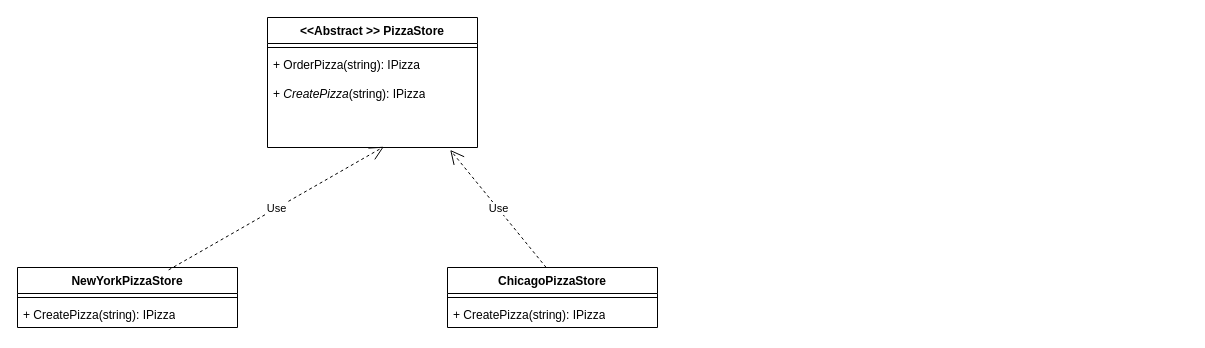
This is Factory Pattern/AbstractFactory.drawio from skjinagal/DesignPatterns, a draw.io file, before an edit. Source tidied: cells renumbered, new cells numbered last; positions are measured from the earlier drawing's top-left corner, leaving out a move shared by most shapes. Both pictures are drawn from the tidied source at 100%, with x=0, y=0 at pixel (17, 17).
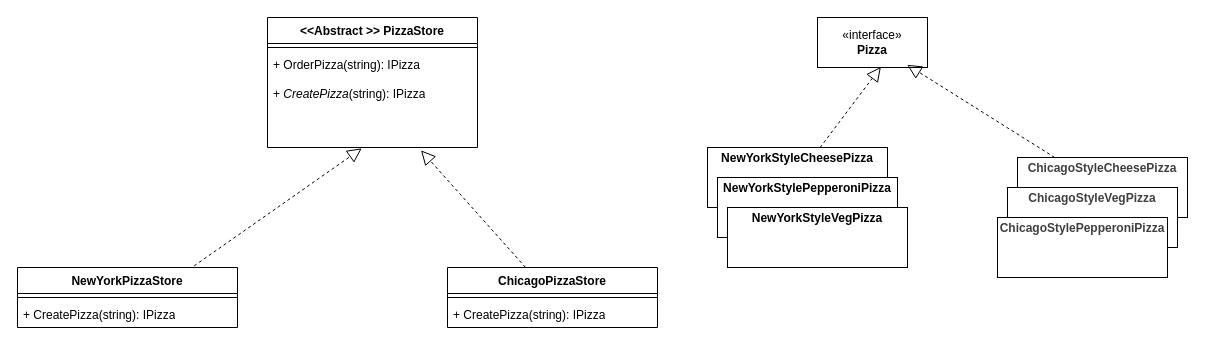
The same diagram, later.

Commit message:
updated abstract factory class diagram

Unchanged cells that the change refers to:
```xml
<mxCell id="4" value="+ OrderPizza(string): IPizza&lt;div&gt;&lt;br&gt;&lt;/div&gt;&lt;div&gt;+ &lt;i&gt;CreatePizza&lt;/i&gt;(string): IPizza&lt;/div&gt;" style="text;strokeColor=none;fillColor=none;align=left;verticalAlign=top;spacingLeft=4;spacingRight=4;overflow=hidden;points=[[0,0.5],[1,0.5]];portConstraint=eastwest;whiteSpace=wrap;html=1;" parent="2" vertex="1">
  <mxGeometry y="34" width="210" height="96" as="geometry" />
</mxCell>
<mxCell id="5" value="NewYorkPizzaStore" style="swimlane;fontStyle=1;align=center;verticalAlign=top;horizontal=1;startSize=26;whiteSpace=wrap;html=1;" parent="1" vertex="1">
  <mxGeometry y="250" width="220" height="60" as="geometry" />
</mxCell>
<mxCell id="8" value="ChicagoPizzaStore" style="swimlane;fontStyle=1;align=center;verticalAlign=top;horizontal=1;startSize=26;whiteSpace=wrap;html=1;" parent="1" vertex="1">
  <mxGeometry x="430" y="250" width="210" height="60" as="geometry" />
</mxCell>
```

What changed in the source:
```diff
@@
+    <mxCell id="13" value="«interface»&lt;br&gt;&lt;b&gt;Pizza&lt;/b&gt;" style="html=1;whiteSpace=wrap;" parent="1" vertex="1">
+      <mxGeometry x="800" width="110" height="50" as="geometry" />
+    </mxCell>
+    <mxCell id="14" value="&lt;p style=&quot;margin:0px;margin-top:4px;text-align:center;&quot;&gt;&lt;b&gt;NewYorkStyleCheesePizza&lt;/b&gt;&lt;/p&gt;" style="verticalAlign=top;align=left;overflow=fill;html=1;whiteSpace=wrap;" parent="1" vertex="1">
+      <mxGeometry x="690" y="130" width="180" height="60" as="geometry" />
+    </mxCell>
+    <mxCell id="15" value="&lt;p style=&quot;margin:0px;margin-top:4px;text-align:center;&quot;&gt;&lt;b style=&quot;color: rgb(63, 63, 63); scrollbar-color: rgb(226, 226, 226) rgb(251, 251, 251);&quot;&gt;ChicagoStyleCheesePizza&lt;/b&gt;&lt;/p&gt;" style="verticalAlign=top;align=left;overflow=fill;html=1;whiteSpace=wrap;" parent="1" vertex="1">
+      <mxGeometry x="1000" y="140" width="170" height="60" as="geometry" />
+    </mxCell>
+    <mxCell id="16" value="&lt;p style=&quot;margin:0px;margin-top:4px;text-align:center;&quot;&gt;&lt;b&gt;NewYorkStylePepperoniPizza&lt;/b&gt;&lt;/p&gt;" style="verticalAlign=top;align=left;overflow=fill;html=1;whiteSpace=wrap;" parent="1" vertex="1">
+      <mxGeometry x="700" y="160" width="180" height="60" as="geometry" />
+    </mxCell>
+    <mxCell id="17" value="&lt;p style=&quot;margin:0px;margin-top:4px;text-align:center;&quot;&gt;&lt;b&gt;NewYorkStyleVegPizza&lt;/b&gt;&lt;/p&gt;" style="verticalAlign=top;align=left;overflow=fill;html=1;whiteSpace=wrap;" parent="1" vertex="1">
+      <mxGeometry x="710" y="190" width="180" height="60" as="geometry" />
+    </mxCell>
+    <mxCell id="18" value="&lt;p style=&quot;margin:0px;margin-top:4px;text-align:center;&quot;&gt;&lt;b style=&quot;color: rgb(63, 63, 63); scrollbar-color: rgb(226, 226, 226) rgb(251, 251, 251);&quot;&gt;ChicagoStyleVegPizza&lt;/b&gt;&lt;/p&gt;" style="verticalAlign=top;align=left;overflow=fill;html=1;whiteSpace=wrap;" parent="1" vertex="1">
+      <mxGeometry x="990" y="170" width="170" height="60" as="geometry" />
+    </mxCell>
+    <mxCell id="19" value="&lt;p style=&quot;margin:0px;margin-top:4px;text-align:center;&quot;&gt;&lt;b style=&quot;color: rgb(63, 63, 63); scrollbar-color: rgb(226, 226, 226) rgb(251, 251, 251);&quot;&gt;ChicagoStylePepperoniPizza&lt;/b&gt;&lt;/p&gt;" style="verticalAlign=top;align=left;overflow=fill;html=1;whiteSpace=wrap;" parent="1" vertex="1">
+      <mxGeometry x="980" y="200" width="170" height="60" as="geometry" />
+    </mxCell>
+    <mxCell id="20" style="endArrow=block;dashed=1;endFill=0;endSize=12;html=1;entryX=0.576;entryY=0.989;entryDx=0;entryDy=0;entryPerimeter=0;" parent="1" edge="1" source="14" target="13">
+      <mxGeometry relative="1" as="geometry" />
+    </mxCell>
+    <mxCell id="21" style="endArrow=block;dashed=1;endFill=0;endSize=12;html=1;entryX=0.816;entryY=0.947;entryDx=0;entryDy=0;entryPerimeter=0;" parent="1" edge="1" source="15" target="13">
+      <mxGeometry relative="1" as="geometry" />
+    </mxCell>
-    <mxCell id="11" value="Use" style="endArrow=open;endSize=12;dashed=1;html=1;entryX=0.554;entryY=0.992;entryDx=0;entryDy=0;entryPerimeter=0;exitX=0.687;exitY=0.04;exitDx=0;exitDy=0;exitPerimeter=0;" parent="1" edge="1" source="5" target="4">
+    <mxCell id="11" style="endArrow=block;dashed=1;endFill=0;endSize=12;html=1;entryX=0.449;entryY=1.009;entryDx=0;entryDy=0;entryPerimeter=0;exitX=0.803;exitY=-0.027;exitDx=0;exitDy=0;exitPerimeter=0;" parent="1" edge="1" source="5" target="4">
       <mxGeometry relative="1" as="geometry" />
     </mxCell>
-    <mxCell id="12" value="Use" style="endArrow=open;endSize=12;dashed=1;html=1;entryX=0.87;entryY=1.025;entryDx=0;entryDy=0;entryPerimeter=0;exitX=0.47;exitY=0;exitDx=0;exitDy=0;exitPerimeter=0;" parent="1" edge="1" source="8" target="4">
+    <mxCell id="12" style="endArrow=block;dashed=1;endFill=0;endSize=12;html=1;entryX=0.731;entryY=1.03;entryDx=0;entryDy=0;entryPerimeter=0;exitX=0.371;exitY=-0.004;exitDx=0;exitDy=0;exitPerimeter=0;" parent="1" edge="1" source="8" target="4">
       <mxGeometry relative="1" as="geometry" />
     </mxCell>
```
